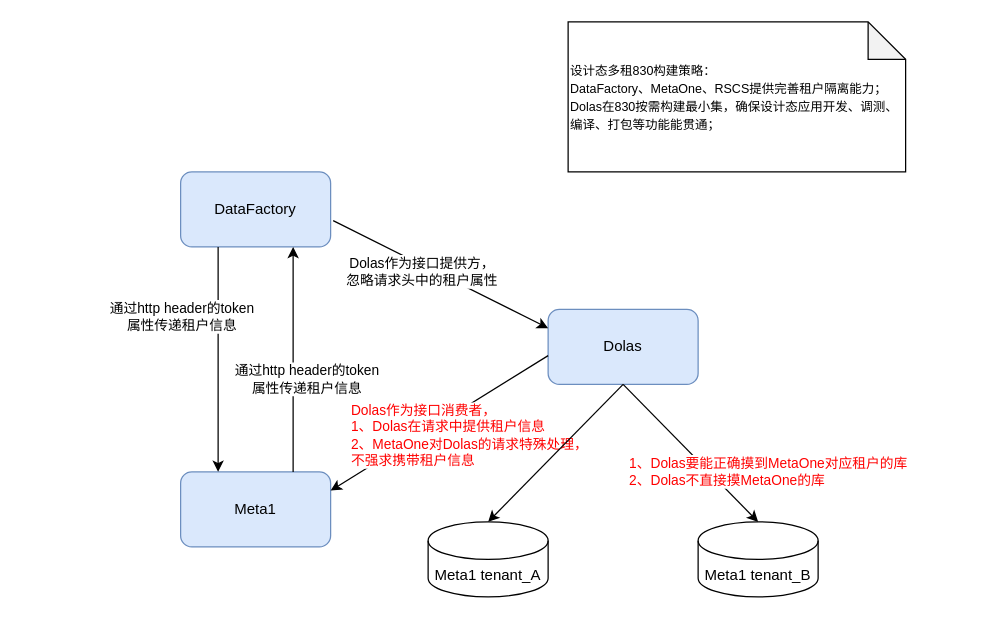
Above: 设计态多租.drawio in zhangyaowu/drawio (draw.io), before the change. Source tidied: cells renumbered, new cells numbered last; positions are measured from the earlier drawing's top-left corner, leaving out a move shared by most shapes. Both pictures are drawn from the tidied source at 125%, with x=0, y=0 at pixel (180, 21).
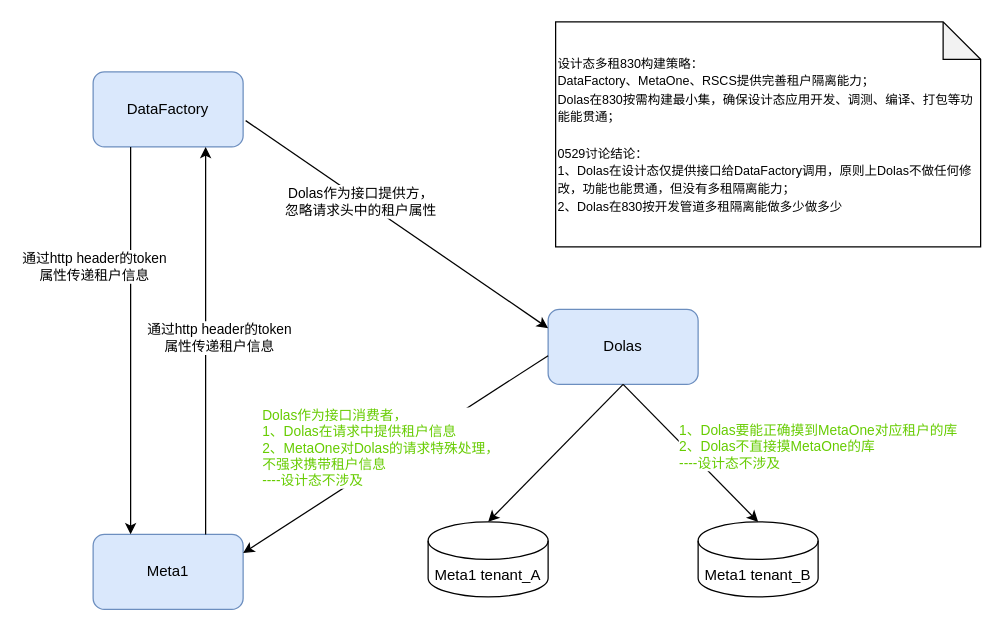
The same page after the edit.

Commit message:
更新设计态多租.drawio

The change refers to these unchanged cells:
```xml
<mxCell id="9" style="endArrow=classic;html=1;exitX=0;exitY=0.617;exitDx=0;exitDy=0;exitPerimeter=0;entryX=1;entryY=0.25;entryDx=0;entryDy=0;" parent="1" edge="1" source="3" target="4">
  <mxGeometry relative="1" as="geometry" />
</mxCell>
<mxCell id="17" style="endArrow=classic;html=1;exitX=0.5;exitY=1;exitDx=0;exitDy=0;entryX=0.5;entryY=0;entryDx=0;entryDy=0;entryPerimeter=0;" parent="1" edge="1" source="3" target="15">
  <mxGeometry relative="1" as="geometry" />
</mxCell>
```

Change to the diagram source:
```diff
@@
     <mxCell id="2" value="DataFactory" style="rounded=1;whiteSpace=wrap;html=1;fillColor=#dae8fc;strokeColor=#6c8ebf;" parent="1" vertex="1">
-      <mxGeometry y="120" width="120" height="60" as="geometry" />
+      <mxGeometry x="-70" y="40" width="120" height="60" as="geometry" />
     </mxCell>
@@
     <mxCell id="4" value="Meta1" style="rounded=1;whiteSpace=wrap;html=1;fillColor=#dae8fc;strokeColor=#6c8ebf;" parent="1" vertex="1">
-      <mxGeometry y="360" width="120" height="60" as="geometry" />
+      <mxGeometry x="-70" y="410" width="120" height="60" as="geometry" />
     </mxCell>
@@
-    <mxCell id="10" value="&lt;div style=&quot;text-align: left&quot;&gt;&lt;font color=&quot;#ff0000&quot;&gt;Dolas作为接口消费者，&lt;/font&gt;&lt;/div&gt;&lt;div style=&quot;text-align: left&quot;&gt;&lt;font color=&quot;#ff0000&quot;&gt;1、Dolas在请求中提供租户信息&lt;/font&gt;&lt;/div&gt;&lt;div style=&quot;text-align: left&quot;&gt;&lt;font color=&quot;#ff0000&quot;&gt;2、MetaOne对Dolas的请求特殊处理，&lt;/font&gt;&lt;/div&gt;&lt;div style=&quot;text-align: left&quot;&gt;&lt;font color=&quot;#ff0000&quot;&gt;不强求携带租户信息&lt;/font&gt;&lt;/div&gt;" style="edgeLabel;html=1;align=center;verticalAlign=middle;" parent="9" vertex="1">
+    <mxCell id="10" value="&lt;div style=&quot;text-align: left&quot;&gt;&lt;font color=&quot;#66cc00&quot;&gt;Dolas作为接口消费者，&lt;/font&gt;&lt;/div&gt;&lt;div style=&quot;text-align: left&quot;&gt;&lt;font color=&quot;#66cc00&quot;&gt;1、Dolas在请求中提供租户信息&lt;/font&gt;&lt;/div&gt;&lt;div style=&quot;text-align: left&quot;&gt;&lt;font color=&quot;#66cc00&quot;&gt;2、MetaOne对Dolas的请求特殊处理，&lt;/font&gt;&lt;/div&gt;&lt;div style=&quot;text-align: left&quot;&gt;&lt;font color=&quot;#66cc00&quot;&gt;不强求携带租户信息&lt;/font&gt;&lt;/div&gt;&lt;div style=&quot;text-align: left&quot;&gt;&lt;font color=&quot;#66cc00&quot;&gt;----设计态不涉及&lt;/font&gt;&lt;font color=&quot;#ff0000&quot;&gt;&lt;br&gt;&lt;/font&gt;&lt;/div&gt;" style="edgeLabel;html=1;align=center;verticalAlign=middle;" parent="9" vertex="1">
       <mxGeometry x="-0.23" y="-3" relative="1" as="geometry">
-        <mxPoint x="5" y="24" as="offset" />
+        <mxPoint x="-39" y="15" as="offset" />
       </mxGeometry>
     </mxCell>
@@
-    <mxCell id="13" value="&lt;font style=&quot;font-size: 10px&quot;&gt;设计态多租830构建策略：&lt;br style=&quot;font-size: 10px&quot;&gt;DataFactory、MetaOne、RSCS提供完善租户隔离能力；&lt;br&gt;Dolas在830按需构建最小集，确保设计态应用开发、调测、编译、打包等功能能贯通；&lt;br&gt;&lt;/font&gt;" style="shape=note;whiteSpace=wrap;html=1;backgroundOutline=1;darkOpacity=0.05;align=left;" parent="1" vertex="1">
-      <mxGeometry x="310" width="270" height="120" as="geometry" />
+    <mxCell id="13" value="&lt;font style=&quot;font-size: 10px&quot;&gt;设计态多租830构建策略：&lt;br style=&quot;font-size: 10px&quot;&gt;DataFactory、MetaOne、RSCS提供完善租户隔离能力；&lt;br&gt;Dolas在830按需构建最小集，确保设计态应用开发、调测、编译、打包等功能能贯通；&lt;br&gt;&lt;br&gt;0529讨论结论：&lt;br&gt;1、Dolas在设计态仅提供接口给DataFactory调用，原则上Dolas不做任何修改，功能也能贯通，但没有多租隔离能力；&lt;br&gt;2、Dolas在830按开发管道多租隔离能做多少做多少&lt;br&gt;&lt;/font&gt;" style="shape=note;whiteSpace=wrap;html=1;backgroundOutline=1;darkOpacity=0.05;align=left;" parent="1" vertex="1">
+      <mxGeometry x="300" width="340" height="180" as="geometry" />
     </mxCell>
@@
-    <mxCell id="18" value="&lt;div style=&quot;text-align: left&quot;&gt;&lt;font color=&quot;#ff0000&quot;&gt;1、Dolas要能正确摸到MetaOne对应租户的库&lt;/font&gt;&lt;/div&gt;&lt;div style=&quot;text-align: left&quot;&gt;&lt;font color=&quot;#ff0000&quot;&gt;2、Dolas不直接摸MetaOne的库&lt;/font&gt;&lt;/div&gt;" style="edgeLabel;html=1;align=center;verticalAlign=middle;" parent="17" vertex="1">
+    <mxCell id="18" value="&lt;div style=&quot;text-align: left&quot;&gt;&lt;font color=&quot;#66cc00&quot;&gt;1、Dolas要能正确摸到MetaOne对应租户的库&lt;/font&gt;&lt;/div&gt;&lt;div style=&quot;text-align: left&quot;&gt;&lt;font color=&quot;#66cc00&quot;&gt;2、Dolas不直接摸MetaOne的库&lt;/font&gt;&lt;/div&gt;&lt;div style=&quot;text-align: left&quot;&gt;&lt;font color=&quot;#66cc00&quot;&gt;----设计态不涉及&lt;/font&gt;&lt;/div&gt;" style="edgeLabel;html=1;align=center;verticalAlign=middle;" parent="17" vertex="1">
       <mxGeometry x="0.21" y="2" relative="1" as="geometry">
-        <mxPoint x="49" y="5" as="offset" />
+        <mxPoint x="89" y="-15" as="offset" />
       </mxGeometry>
     </mxCell>
```
